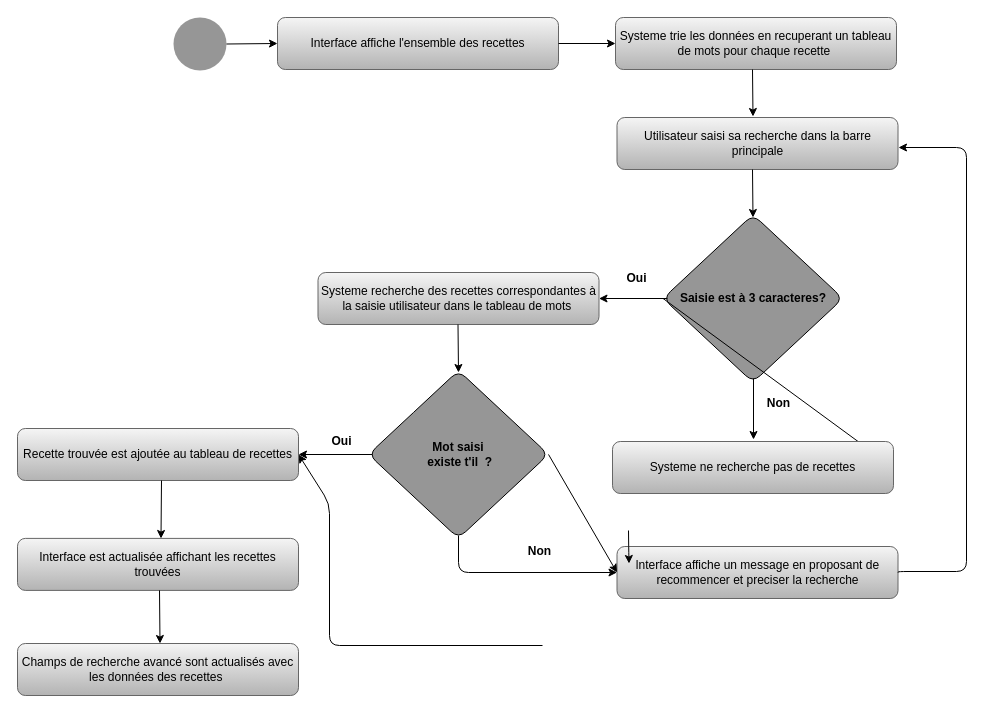
Before: assets/draw/draw.drawio in OTH21DEV/OTH21DEV-OxanaTheis_7_02012022-, a draw.io diagram. Source tidied: cells renumbered, new cells numbered last; positions are measured from the earlier drawing's top-left corner, leaving out a move shared by most shapes. Both pictures are drawn from the tidied source at 100%, with x=0, y=0 at pixel (17, 17).
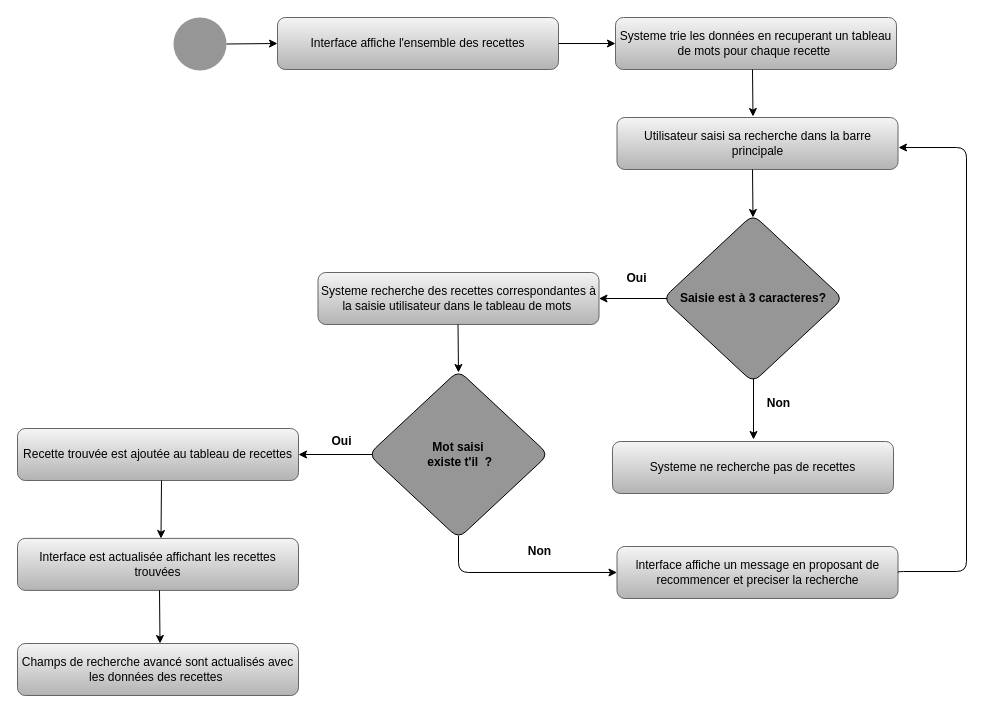
After the change.

Commit message:
correction uml

The change refers to these unchanged cells:
```xml
<mxCell id="3" value="lnterface affiche un message en proposant de recommencer et preciser la recherche" style="rounded=1;whiteSpace=wrap;html=1;fillColor=#f5f5f5;strokeColor=#666666;gradientColor=#b3b3b3;fontColor=#000000;" parent="1" vertex="1">
  <mxGeometry x="599.5" y="529" width="281" height="52" as="geometry" />
</mxCell>
<mxCell id="7" style="strokeWidth=2;html=1;shape=mxgraph.flowchart.start_2;whiteSpace=wrap;rounded=1;fillColor=#969696;strokeColor=none;" parent="1" vertex="1">
  <mxGeometry x="156" width="53" height="53" as="geometry" />
</mxCell>
<mxCell id="11" value="&lt;font color=&quot;#000000&quot;&gt;&lt;b&gt;Mot saisi&lt;br&gt;&amp;nbsp;existe t'il&amp;nbsp; ?&lt;/b&gt;&lt;/font&gt;" style="rhombus;whiteSpace=wrap;html=1;rounded=1;fillColor=#969696;" parent="1" vertex="1">
  <mxGeometry x="351" y="353" width="180" height="167.9" as="geometry" />
</mxCell>
<mxCell id="13" value="&lt;font color=&quot;#000000&quot;&gt;&lt;b&gt;Saisie est à 3 caracteres?&lt;/b&gt;&lt;/font&gt;" style="rhombus;whiteSpace=wrap;html=1;rounded=1;fillColor=#969696;" parent="1" vertex="1">
  <mxGeometry x="645.5" y="197" width="180" height="167.9" as="geometry" />
</mxCell>
<mxCell id="15" value="Systeme ne recherche pas de recettes" style="rounded=1;whiteSpace=wrap;html=1;fillColor=#f5f5f5;strokeColor=#666666;gradientColor=#b3b3b3;fontColor=#000000;align=center;" parent="1" vertex="1">
  <mxGeometry x="595" y="424" width="281" height="52" as="geometry" />
</mxCell>
<mxCell id="23" value="Recette trouvée est ajoutée au tableau de recettes" style="rounded=1;whiteSpace=wrap;html=1;fillColor=#f5f5f5;strokeColor=#666666;gradientColor=#b3b3b3;fontColor=#000000;align=center;" parent="1" vertex="1">
  <mxGeometry y="411" width="281" height="52" as="geometry" />
</mxCell>
```

The edit, as a diff of the source:
```diff
@@
-    <mxCell id="14" style="endArrow=classic;html=1;rounded=1;labelBorderColor=#FFFFCC;fontSize=14;fontColor=#FFFFFF;strokeColor=#000000;exitX=0;exitY=0.5;exitDx=0;exitDy=0;entryX=1;entryY=0.5;entryDx=0;entryDy=0;" parent="1" edge="1" source="13" target="15">
-      <mxGeometry relative="1" as="geometry" />
-    </mxCell>
@@
-    <mxCell id="17" style="endArrow=classic;html=1;rounded=1;labelBorderColor=#FFFFCC;fontSize=14;fontColor=#FFFFFF;strokeColor=#000000;entryX=1;entryY=0.5;entryDx=0;entryDy=0;" parent="1" edge="1" target="23">
-      <mxGeometry relative="1" as="geometry">
-        <mxPoint x="525" y="628" as="sourcePoint" />
-        <Array as="points">
-          <mxPoint x="312" y="628" />
-          <mxPoint x="312" y="486" />
-        </Array>
-      </mxGeometry>
-    </mxCell>
@@
-    <mxCell id="19" style="endArrow=classic;html=1;rounded=1;labelBorderColor=#FFFFCC;fontSize=14;fontColor=#FFFFFF;strokeColor=#000000;exitX=1;exitY=0.5;exitDx=0;exitDy=0;entryX=0;entryY=0.5;entryDx=0;entryDy=0;" parent="1" edge="1" source="11" target="3">
-      <mxGeometry relative="1" as="geometry" />
-    </mxCell>
@@
-    <mxCell id="22" style="endArrow=classic;html=1;rounded=1;labelBorderColor=#FFFFCC;fontSize=14;fontColor=#FFFFFF;exitX=0.495;exitY=0.657;exitDx=0;exitDy=0;exitPerimeter=0;strokeColor=#000000;" parent="1" edge="1">
-      <mxGeometry relative="1" as="geometry">
-        <mxPoint x="611" y="513" as="sourcePoint" />
-        <mxPoint x="611.5" y="546" as="targetPoint" />
-        <Array as="points">
-          <mxPoint x="611.2" y="530" />
-        </Array>
-      </mxGeometry>
-    </mxCell>
@@
-    <mxCell id="26" style="endArrow=classic;html=1;rounded=1;labelBorderColor=#FFFFCC;fontSize=14;fontColor=#FFFFFF;strokeColor=#000000;exitX=1;exitY=0.5;exitDx=0;exitDy=0;exitPerimeter=0;endSize=6;" parent="1" edge="1" source="7">
-      <mxGeometry relative="1" as="geometry">
-        <mxPoint x="260" y="26" as="targetPoint" />
-      </mxGeometry>
-    </mxCell>
@@
+    <mxCell id="26" style="endArrow=classic;html=1;rounded=1;labelBorderColor=#FFFFCC;fontSize=14;fontColor=#FFFFFF;strokeColor=#000000;exitX=1;exitY=0.5;exitDx=0;exitDy=0;exitPerimeter=0;endSize=6;" parent="1" edge="1" source="7">
+      <mxGeometry relative="1" as="geometry">
+        <mxPoint x="260" y="26" as="targetPoint" />
+      </mxGeometry>
+    </mxCell>
```
